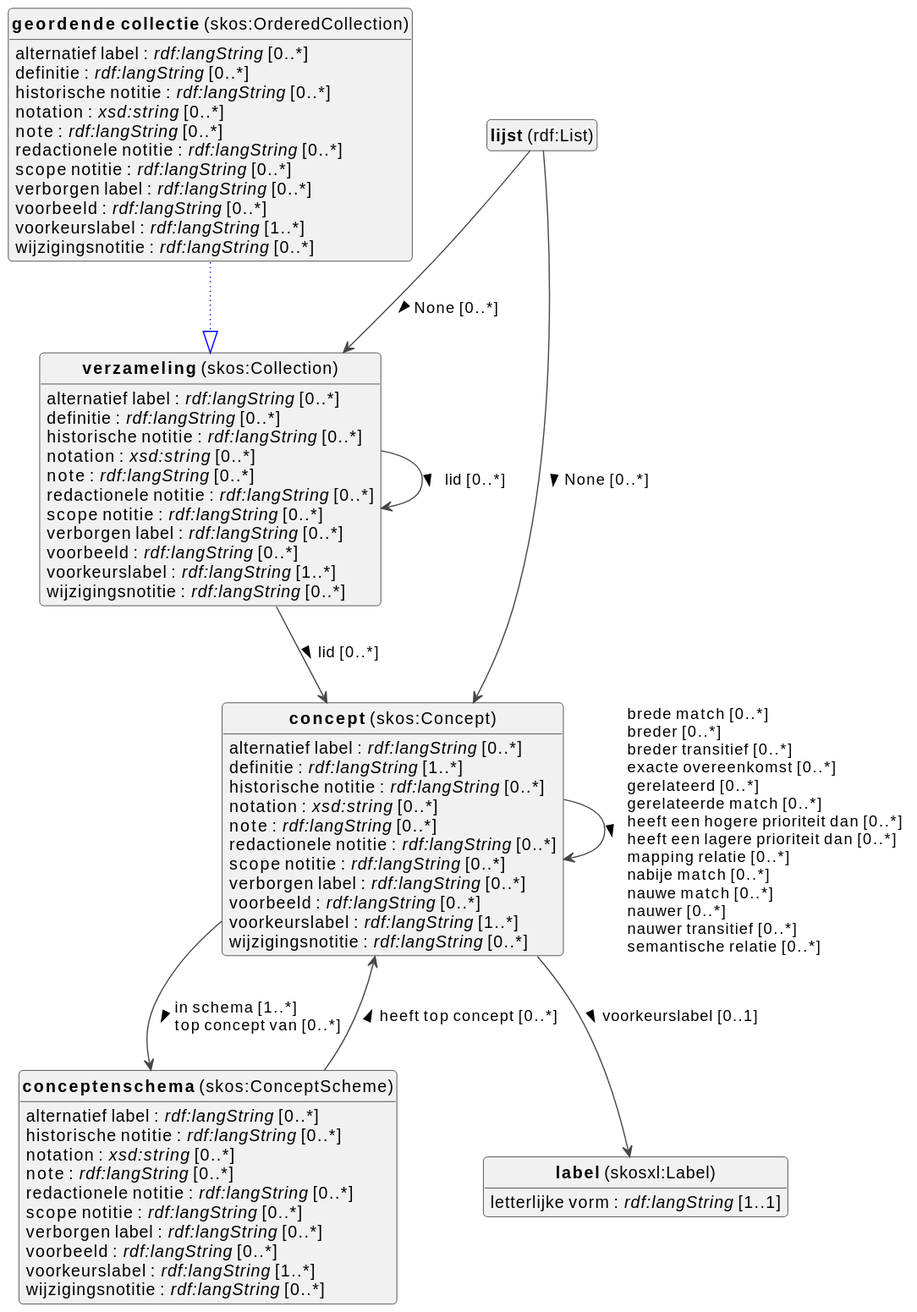
The PlantUML diagram docs/metadata/knowledge-graph/0.0.1/terms/nl/terms-diagram.svg in viaacode/documentation-jekyll, before a commit.
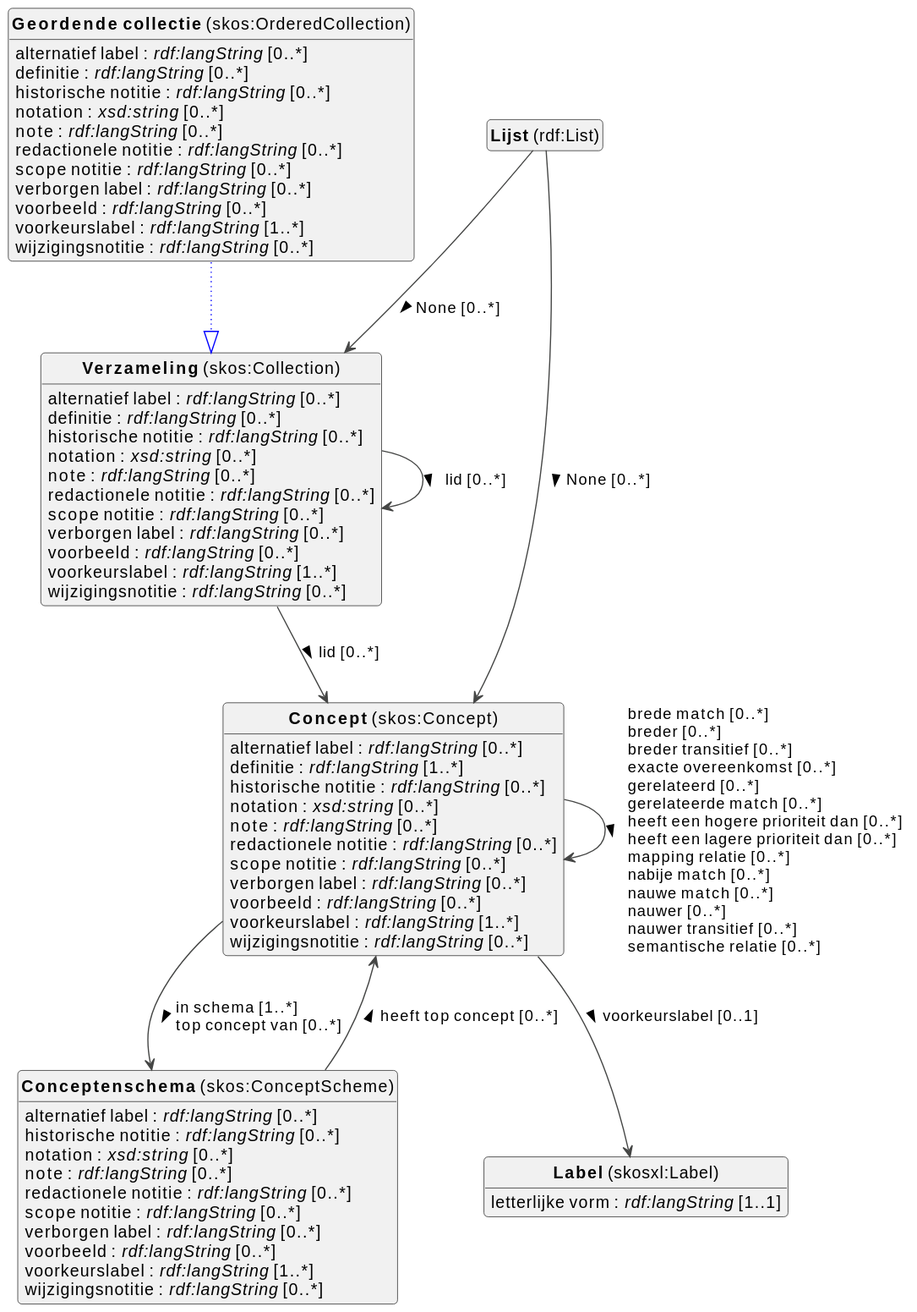
The same file after the commit.

Diff of the diagram source:
```diff
@@ -10,13 +10,13 @@
 top to bottom direction
 
 
-class "<b>concept</b> (skos:Concept)" as skos_Concept [[#skos%3AConcept]]
-class "<b>conceptenschema</b> (skos:ConceptScheme)" as skos_ConceptScheme [[#skos%3AConceptScheme]]
-class "<b>geordende collectie</b> (skos:OrderedCollection)" as skos_OrderedCollection [[#skos%3AOrderedCollection]]
-class "<b>verzameling</b> (skos:Collection)" as skos_Collection [[#skos%3ACollection]]
-class "<b>label</b> (skosxl:Label)" as skosxl_Label [[#skosxl%3ALabel]]
-class "<b>lijst</b> (rdf:List)" as rdf_List [[#rdf%3AList]]
-class "<b>verzameling</b> (skos:Collection)" as skos_Collection [[#skos%3ACollection]]
+class "<b>Concept</b> (skos:Concept)" as skos_Concept [[#skos%3AConcept]]
+class "<b>Conceptenschema</b> (skos:ConceptScheme)" as skos_ConceptScheme [[#skos%3AConceptScheme]]
+class "<b>Geordende collectie</b> (skos:OrderedCollection)" as skos_OrderedCollection [[#skos%3AOrderedCollection]]
+class "<b>Verzameling</b> (skos:Collection)" as skos_Collection [[#skos%3ACollection]]
+class "<b>Label</b> (skosxl:Label)" as skosxl_Label [[#skosxl%3ALabel]]
+class "<b>Lijst</b> (rdf:List)" as rdf_List [[#rdf%3AList]]
+class "<b>Verzameling</b> (skos:Collection)" as skos_Collection [[#skos%3ACollection]]
 
 
 skos_Concept : alternatief label : <i>rdf:langString</i> [0..*]
```
